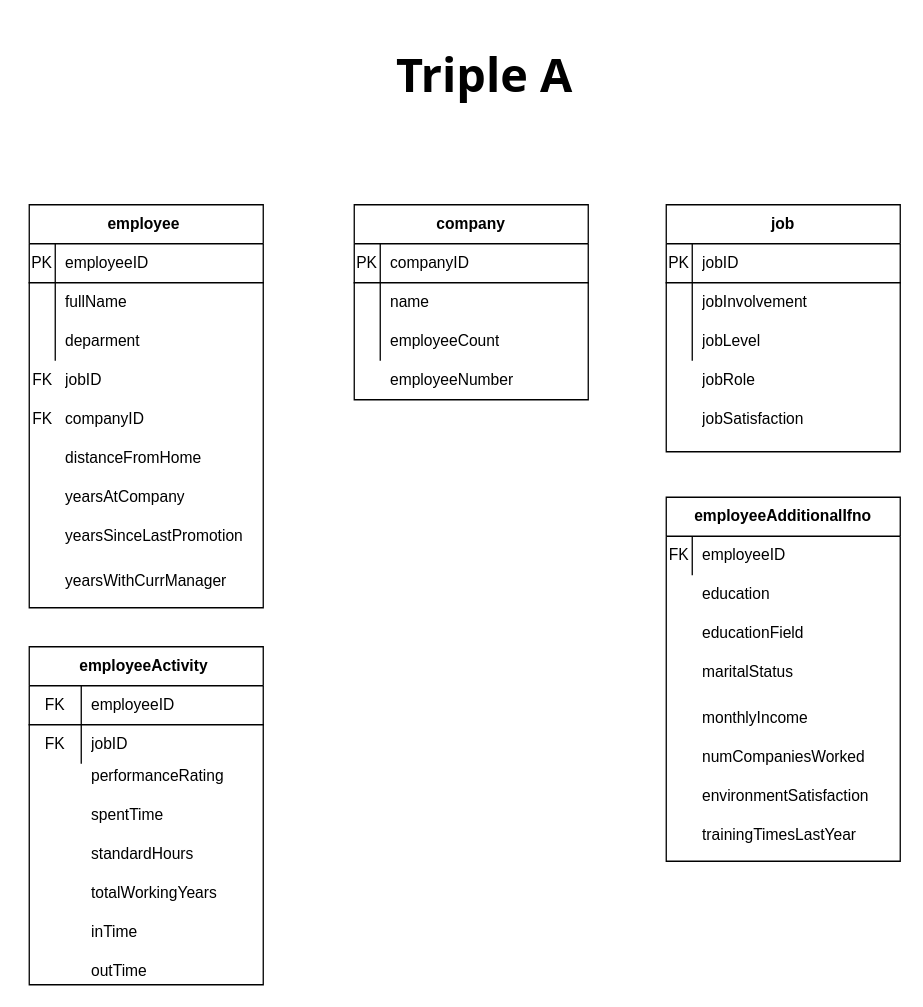
The draw.io diagram data/ActivMonitoring.drawio in s3rikbaeva/Activ-monitoring, before the edit. Source tidied: cells renumbered, new cells numbered last; positions are measured from the earlier drawing's top-left corner, leaving out a move shared by most shapes. Both pictures are drawn from the tidied source at 130%, with x=0, y=0 at pixel (22, 22).
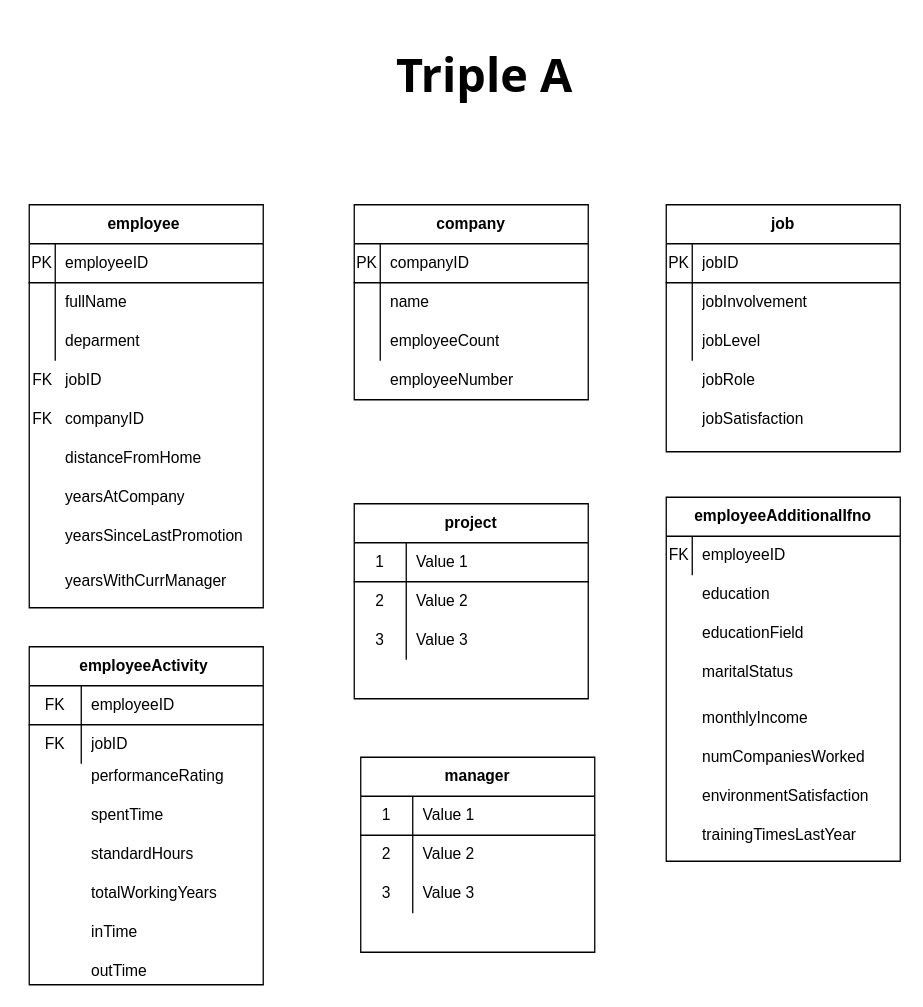
The same diagram, later.

Change to the diagram source:
```diff
@@
+    <mxCell id="74" value="project" style="shape=table;html=1;whiteSpace=wrap;startSize=30;childLayout=tableLayout;rowLines=0;fontStyle=1;align=center;" parent="1" vertex="1">
+      <mxGeometry x="255" y="370" width="180" height="150" as="geometry" />
+    </mxCell>
+    <mxCell id="75" style="shape=partialRectangle;html=1;whiteSpace=wrap;fillColor=none;top=0;left=0;bottom=1;right=0;" parent="74" vertex="1">
+      <mxGeometry y="30" width="180" height="30" as="geometry" />
+    </mxCell>
+    <mxCell id="76" value="1" style="shape=partialRectangle;html=1;whiteSpace=wrap;fillColor=none;top=0;left=0;bottom=0;right=0;overflow=hidden;" parent="75" vertex="1">
+      <mxGeometry width="40" height="30" as="geometry" />
+    </mxCell>
+    <mxCell id="77" value="Value 1" style="shape=partialRectangle;html=1;whiteSpace=wrap;fillColor=none;top=0;left=0;bottom=0;right=0;align=left;spacingLeft=6;overflow=hidden;" parent="75" vertex="1">
+      <mxGeometry x="40" width="140" height="30" as="geometry" />
+    </mxCell>
+    <mxCell id="78" style="shape=partialRectangle;html=1;whiteSpace=wrap;fillColor=none;top=0;left=0;bottom=0;right=0;" parent="74" vertex="1">
+      <mxGeometry y="60" width="180" height="30" as="geometry" />
+    </mxCell>
+    <mxCell id="79" value="2" style="shape=partialRectangle;html=1;whiteSpace=wrap;fillColor=none;top=0;left=0;bottom=0;right=0;overflow=hidden;" parent="78" vertex="1">
+      <mxGeometry width="40" height="30" as="geometry" />
+    </mxCell>
+    <mxCell id="80" value="Value 2" style="shape=partialRectangle;html=1;whiteSpace=wrap;fillColor=none;top=0;left=0;bottom=0;right=0;align=left;spacingLeft=6;overflow=hidden;" parent="78" vertex="1">
+      <mxGeometry x="40" width="140" height="30" as="geometry" />
+    </mxCell>
+    <mxCell id="81" style="shape=partialRectangle;html=1;whiteSpace=wrap;fillColor=none;top=0;left=0;bottom=0;right=0;" parent="74" vertex="1">
+      <mxGeometry y="90" width="180" height="30" as="geometry" />
+    </mxCell>
+    <mxCell id="82" value="3" style="shape=partialRectangle;html=1;whiteSpace=wrap;fillColor=none;top=0;left=0;bottom=0;right=0;overflow=hidden;" parent="81" vertex="1">
+      <mxGeometry width="40" height="30" as="geometry" />
+    </mxCell>
+    <mxCell id="83" value="Value 3" style="shape=partialRectangle;html=1;whiteSpace=wrap;fillColor=none;top=0;left=0;bottom=0;right=0;align=left;spacingLeft=6;overflow=hidden;" parent="81" vertex="1">
+      <mxGeometry x="40" width="140" height="30" as="geometry" />
+    </mxCell>
+    <mxCell id="84" value="manager" style="shape=table;html=1;whiteSpace=wrap;startSize=30;childLayout=tableLayout;rowLines=0;fontStyle=1;align=center;" parent="1" vertex="1">
+      <mxGeometry x="260" y="565" width="180" height="150" as="geometry" />
+    </mxCell>
+    <mxCell id="85" style="shape=partialRectangle;html=1;whiteSpace=wrap;fillColor=none;top=0;left=0;bottom=1;right=0;" parent="84" vertex="1">
+      <mxGeometry y="30" width="180" height="30" as="geometry" />
+    </mxCell>
+    <mxCell id="86" value="1" style="shape=partialRectangle;html=1;whiteSpace=wrap;fillColor=none;top=0;left=0;bottom=0;right=0;overflow=hidden;" parent="85" vertex="1">
+      <mxGeometry width="40" height="30" as="geometry" />
+    </mxCell>
+    <mxCell id="87" value="Value 1" style="shape=partialRectangle;html=1;whiteSpace=wrap;fillColor=none;top=0;left=0;bottom=0;right=0;align=left;spacingLeft=6;overflow=hidden;" parent="85" vertex="1">
+      <mxGeometry x="40" width="140" height="30" as="geometry" />
+    </mxCell>
+    <mxCell id="88" style="shape=partialRectangle;html=1;whiteSpace=wrap;fillColor=none;top=0;left=0;bottom=0;right=0;" parent="84" vertex="1">
+      <mxGeometry y="60" width="180" height="30" as="geometry" />
+    </mxCell>
+    <mxCell id="89" value="2" style="shape=partialRectangle;html=1;whiteSpace=wrap;fillColor=none;top=0;left=0;bottom=0;right=0;overflow=hidden;" parent="88" vertex="1">
+      <mxGeometry width="40" height="30" as="geometry" />
+    </mxCell>
+    <mxCell id="90" value="Value 2" style="shape=partialRectangle;html=1;whiteSpace=wrap;fillColor=none;top=0;left=0;bottom=0;right=0;align=left;spacingLeft=6;overflow=hidden;" parent="88" vertex="1">
+      <mxGeometry x="40" width="140" height="30" as="geometry" />
+    </mxCell>
+    <mxCell id="91" style="shape=partialRectangle;html=1;whiteSpace=wrap;fillColor=none;top=0;left=0;bottom=0;right=0;" parent="84" vertex="1">
+      <mxGeometry y="90" width="180" height="30" as="geometry" />
+    </mxCell>
+    <mxCell id="92" value="3" style="shape=partialRectangle;html=1;whiteSpace=wrap;fillColor=none;top=0;left=0;bottom=0;right=0;overflow=hidden;" parent="91" vertex="1">
+      <mxGeometry width="40" height="30" as="geometry" />
+    </mxCell>
+    <mxCell id="93" value="Value 3" style="shape=partialRectangle;html=1;whiteSpace=wrap;fillColor=none;top=0;left=0;bottom=0;right=0;align=left;spacingLeft=6;overflow=hidden;" parent="91" vertex="1">
+      <mxGeometry x="40" width="140" height="30" as="geometry" />
+    </mxCell>
```
